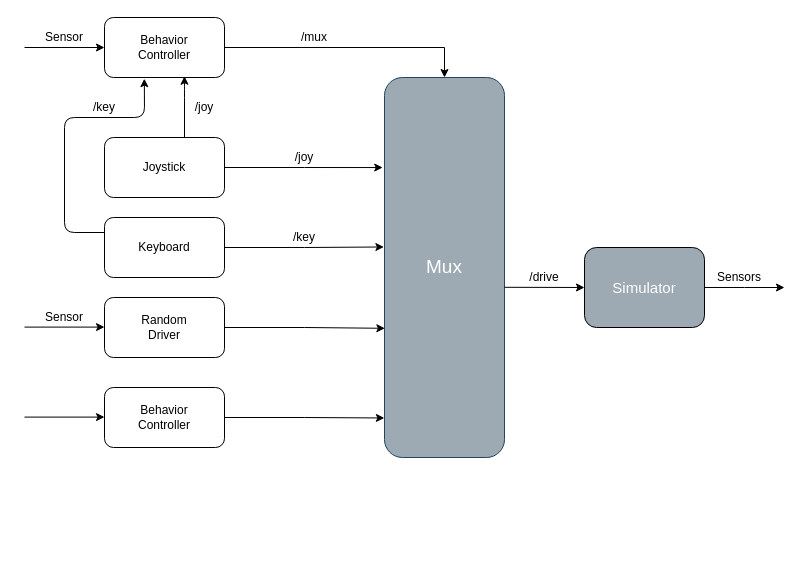
Above: SimplifiedgraphofROSnodes.drawio in Dieptranivsr/f1tenth_labsdtt (draw.io), before the change. Source tidied: cells renumbered, new cells numbered last; positions are measured from the earlier drawing's top-left corner, leaving out a move shared by most shapes. Both pictures are drawn from the tidied source at 100%, with x=0, y=0 at pixel (24, 17).
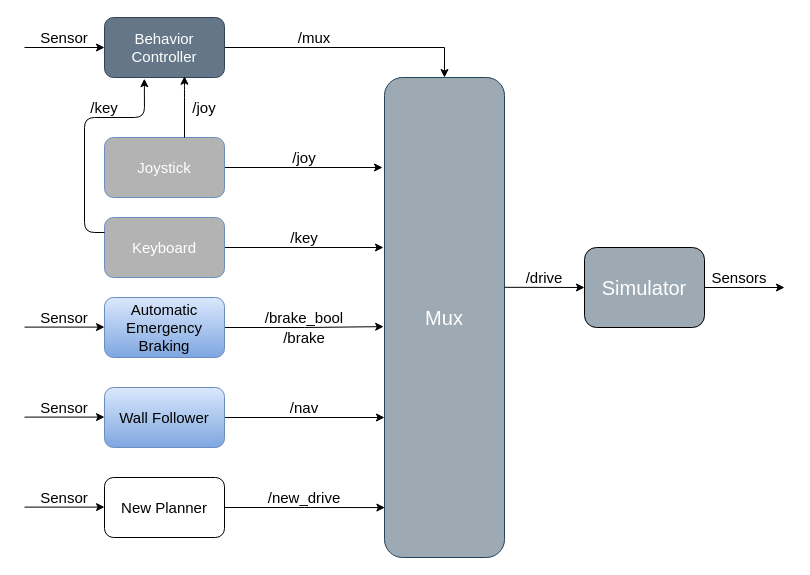
After the change.

Diff of the diagram source:
```diff
@@
-    <mxCell id="2" style="edgeStyle=orthogonalEdgeStyle;rounded=0;jettySize=auto;html=1;entryX=0.5;entryY=0;entryDx=0;entryDy=0;" parent="1" edge="1" source="3" target="19">
+    <mxCell id="2" style="edgeStyle=orthogonalEdgeStyle;rounded=0;jettySize=auto;html=1;entryX=0.5;entryY=0;entryDx=0;entryDy=0;fontSize=15;" parent="1" edge="1" source="3" target="19">
       <mxGeometry relative="1" as="geometry" />
     </mxCell>
-    <mxCell id="3" value="Behavior&lt;br&gt;Controller" style="rounded=1;whiteSpace=wrap;html=1;" parent="1" vertex="1">
+    <mxCell id="3" value="Behavior&lt;br style=&quot;font-size: 15px;&quot;&gt;Controller" style="rounded=1;whiteSpace=wrap;html=1;fontSize=15;fillColor=#647687;strokeColor=#314354;fontColor=#ffffff;" parent="1" vertex="1">
       <mxGeometry x="80" width="120" height="60" as="geometry" />
     </mxCell>
-    <mxCell id="4" style="edgeStyle=orthogonalEdgeStyle;rounded=0;jettySize=auto;html=1;entryX=-0.001;entryY=0.896;entryDx=0;entryDy=0;entryPerimeter=0;" parent="1" edge="1" source="5" target="19">
-      <mxGeometry relative="1" as="geometry" />
+    <mxCell id="4" style="edgeStyle=orthogonalEdgeStyle;rounded=0;jettySize=auto;html=1;fontSize=15;" parent="1" edge="1" source="5">
+      <mxGeometry relative="1" as="geometry">
+        <mxPoint x="360" y="400" as="targetPoint" />
+        <Array as="points">
+          <mxPoint x="360" y="400" />
+        </Array>
+      </mxGeometry>
     </mxCell>
-    <mxCell id="5" value="Behavior&lt;br&gt;Controller" style="rounded=1;whiteSpace=wrap;html=1;" parent="1" vertex="1">
+    <mxCell id="5" value="Wall Follower" style="rounded=1;whiteSpace=wrap;html=1;fontSize=15;gradientColor=#7ea6e0;fillColor=#dae8fc;strokeColor=#6c8ebf;" parent="1" vertex="1">
       <mxGeometry x="80" y="370" width="120" height="60" as="geometry" />
     </mxCell>
-    <mxCell id="6" style="edgeStyle=orthogonalEdgeStyle;rounded=0;jettySize=auto;html=1;entryX=-0.015;entryY=0.237;entryDx=0;entryDy=0;entryPerimeter=0;" parent="1" edge="1" source="7" target="19">
-      <mxGeometry relative="1" as="geometry" />
+    <mxCell id="6" style="edgeStyle=orthogonalEdgeStyle;rounded=0;jettySize=auto;html=1;fontSize=15;" parent="1" edge="1" source="7">
+      <mxGeometry relative="1" as="geometry">
+        <mxPoint x="358" y="150" as="targetPoint" />
+        <Array as="points">
+          <mxPoint x="358" y="150" />
+        </Array>
+      </mxGeometry>
     </mxCell>
-    <mxCell id="7" value="Joystick" style="rounded=1;whiteSpace=wrap;html=1;" parent="1" vertex="1">
+    <mxCell id="7" value="Joystick" style="rounded=1;whiteSpace=wrap;html=1;fontSize=15;strokeColor=#6c8ebf;fillColor=#B3B3B3;fontColor=#FFFFFF;" parent="1" vertex="1">
       <mxGeometry x="80" y="120" width="120" height="60" as="geometry" />
     </mxCell>
-    <mxCell id="8" style="edgeStyle=orthogonalEdgeStyle;rounded=0;jettySize=auto;html=1;entryX=0.003;entryY=0.66;entryDx=0;entryDy=0;entryPerimeter=0;" parent="1" edge="1" source="9" target="19">
+    <mxCell id="8" style="edgeStyle=orthogonalEdgeStyle;rounded=0;jettySize=auto;html=1;entryX=-0.007;entryY=0.519;entryDx=0;entryDy=0;entryPerimeter=0;fontSize=15;" parent="1" edge="1" source="9" target="19">
       <mxGeometry relative="1" as="geometry" />
     </mxCell>
-    <mxCell id="9" value="Random&lt;br&gt;Driver" style="rounded=1;whiteSpace=wrap;html=1;" parent="1" vertex="1">
+    <mxCell id="9" value="Automatic Emergency&lt;br style=&quot;font-size: 15px;&quot;&gt;Braking" style="rounded=1;whiteSpace=wrap;html=1;fontSize=15;gradientColor=#7ea6e0;fillColor=#dae8fc;strokeColor=#6c8ebf;" parent="1" vertex="1">
       <mxGeometry x="80" y="280" width="120" height="60" as="geometry" />
     </mxCell>
-    <mxCell id="10" style="edgeStyle=orthogonalEdgeStyle;rounded=0;jettySize=auto;html=1;entryX=-0.005;entryY=0.446;entryDx=0;entryDy=0;entryPerimeter=0;" parent="1" edge="1" source="11" target="19">
-      <mxGeometry relative="1" as="geometry" />
+    <mxCell id="10" style="edgeStyle=orthogonalEdgeStyle;rounded=0;jettySize=auto;html=1;fontSize=15;" parent="1" edge="1" source="11">
+      <mxGeometry relative="1" as="geometry">
+        <mxPoint x="359" y="230" as="targetPoint" />
+        <Array as="points">
+          <mxPoint x="359" y="230" />
+        </Array>
+      </mxGeometry>
     </mxCell>
-    <mxCell id="11" value="Keyboard" style="rounded=1;whiteSpace=wrap;html=1;" parent="1" vertex="1">
+    <mxCell id="11" value="Keyboard" style="rounded=1;whiteSpace=wrap;html=1;fontSize=15;strokeColor=#6c8ebf;fillColor=#B3B3B3;fontColor=#FFFFFF;" parent="1" vertex="1">
       <mxGeometry x="80" y="200" width="120" height="60" as="geometry" />
     </mxCell>
-    <mxCell id="12" style="endArrow=classic;html=1;entryX=0.666;entryY=0.979;entryDx=0;entryDy=0;entryPerimeter=0;" parent="1" edge="1" target="3">
+    <mxCell id="12" style="endArrow=classic;html=1;entryX=0.666;entryY=0.979;entryDx=0;entryDy=0;entryPerimeter=0;fontSize=15;" parent="1" edge="1" target="3">
       <mxGeometry relative="1" as="geometry">
         <mxPoint x="160" y="120" as="sourcePoint" />
         <Array as="points">
           <mxPoint x="160" y="70" />
         </Array>
       </mxGeometry>
     </mxCell>
-    <mxCell id="13" style="endArrow=classic;html=1;entryX=0.332;entryY=1.02;entryDx=0;entryDy=0;entryPerimeter=0;exitX=0;exitY=0.25;exitDx=0;exitDy=0;" parent="1" edge="1" source="11" target="3">
+    <mxCell id="13" style="endArrow=classic;html=1;entryX=0.332;entryY=1.02;entryDx=0;entryDy=0;entryPerimeter=0;exitX=0;exitY=0.25;exitDx=0;exitDy=0;fontSize=15;" parent="1" edge="1" source="11" target="3">
       <mxGeometry relative="1" as="geometry">
         <Array as="points">
-          <mxPoint x="40" y="215" />
-          <mxPoint x="40" y="100" />
+          <mxPoint x="60" y="215" />
+          <mxPoint x="60" y="100" />
           <mxPoint x="120" y="100" />
         </Array>
       </mxGeometry>
     </mxCell>
-    <mxCell id="14" style="endArrow=classic;html=1;entryX=0;entryY=0.5;entryDx=0;entryDy=0;" parent="1" edge="1" target="3">
+    <mxCell id="14" style="endArrow=classic;html=1;entryX=0;entryY=0.5;entryDx=0;entryDy=0;fontSize=15;" parent="1" edge="1" target="3">
       <mxGeometry relative="1" as="geometry">
         <mxPoint y="30" as="sourcePoint" />
       </mxGeometry>
     </mxCell>
-    <mxCell id="15" style="endArrow=classic;html=1;entryX=0;entryY=0.5;entryDx=0;entryDy=0;" parent="1" edge="1">
+    <mxCell id="15" style="endArrow=classic;html=1;entryX=0;entryY=0.5;entryDx=0;entryDy=0;fontSize=15;" parent="1" edge="1">
       <mxGeometry relative="1" as="geometry">
         <mxPoint y="399.6" as="sourcePoint" />
         <mxPoint x="80" y="399.6" as="targetPoint" />
       </mxGeometry>
     </mxCell>
-    <mxCell id="16" style="endArrow=classic;html=1;entryX=0;entryY=0.5;entryDx=0;entryDy=0;" parent="1" edge="1">
+    <mxCell id="16" style="endArrow=classic;html=1;entryX=0;entryY=0.5;entryDx=0;entryDy=0;fontSize=15;" parent="1" edge="1">
       <mxGeometry relative="1" as="geometry">
         <mxPoint y="309.6" as="sourcePoint" />
         <mxPoint x="80" y="309.6" as="targetPoint" />
       </mxGeometry>
     </mxCell>
-    <mxCell id="17" value="Sensor" style="text;html=1;strokeColor=none;fillColor=none;align=center;verticalAlign=middle;whiteSpace=wrap;rounded=0;" parent="1" vertex="1">
+    <mxCell id="17" value="Sensor" style="text;html=1;strokeColor=none;fillColor=none;align=center;verticalAlign=middle;whiteSpace=wrap;rounded=0;fontSize=15;" parent="1" vertex="1">
       <mxGeometry x="20" y="10" width="40" height="20" as="geometry" />
     </mxCell>
-    <mxCell id="18" value="Sensor" style="text;html=1;strokeColor=none;fillColor=none;align=center;verticalAlign=middle;whiteSpace=wrap;rounded=0;" parent="1" vertex="1">
+    <mxCell id="18" value="Sensor" style="text;html=1;strokeColor=none;fillColor=none;align=center;verticalAlign=middle;whiteSpace=wrap;rounded=0;fontSize=15;" parent="1" vertex="1">
       <mxGeometry x="20" y="290" width="40" height="20" as="geometry" />
     </mxCell>
-    <mxCell id="19" value="&lt;font style=&quot;font-size: 19px&quot; color=&quot;#ffffff&quot;&gt;Mux&lt;/font&gt;" style="rounded=1;whiteSpace=wrap;html=1;strokeColor=#23445d;fillColor=#9DA9B3;" parent="1" vertex="1">
-      <mxGeometry x="360" y="60" width="120" height="380" as="geometry" />
+    <mxCell id="19" value="&lt;font style=&quot;font-size: 20px&quot; color=&quot;#ffffff&quot;&gt;Mux&lt;/font&gt;" style="rounded=1;whiteSpace=wrap;html=1;strokeColor=#23445d;fillColor=#9DA9B3;fontSize=15;" parent="1" vertex="1">
+      <mxGeometry x="360" y="60" width="120" height="480" as="geometry" />
     </mxCell>
-    <mxCell id="20" value="/mux" style="text;html=1;strokeColor=none;fillColor=none;align=center;verticalAlign=middle;whiteSpace=wrap;rounded=0;" parent="1" vertex="1">
+    <mxCell id="20" value="/mux" style="text;html=1;strokeColor=none;fillColor=none;align=center;verticalAlign=middle;whiteSpace=wrap;rounded=0;fontSize=15;" parent="1" vertex="1">
       <mxGeometry x="270" y="10" width="40" height="20" as="geometry" />
     </mxCell>
-    <mxCell id="21" value="/key" style="text;html=1;strokeColor=none;fillColor=none;align=center;verticalAlign=middle;whiteSpace=wrap;rounded=0;" parent="1" vertex="1">
+    <mxCell id="21" value="/key" style="text;html=1;strokeColor=none;fillColor=none;align=center;verticalAlign=middle;whiteSpace=wrap;rounded=0;fontSize=15;" parent="1" vertex="1">
       <mxGeometry x="260" y="210" width="40" height="20" as="geometry" />
     </mxCell>
-    <mxCell id="22" value="/joy" style="text;html=1;strokeColor=none;fillColor=none;align=center;verticalAlign=middle;whiteSpace=wrap;rounded=0;" parent="1" vertex="1">
+    <mxCell id="22" value="/joy" style="text;html=1;strokeColor=none;fillColor=none;align=center;verticalAlign=middle;whiteSpace=wrap;rounded=0;fontSize=15;" parent="1" vertex="1">
       <mxGeometry x="260" y="130" width="40" height="20" as="geometry" />
     </mxCell>
-    <mxCell id="23" value="/joy" style="text;html=1;strokeColor=none;fillColor=none;align=center;verticalAlign=middle;whiteSpace=wrap;rounded=0;" parent="1" vertex="1">
+    <mxCell id="23" value="/joy" style="text;html=1;strokeColor=none;fillColor=none;align=center;verticalAlign=middle;whiteSpace=wrap;rounded=0;fontSize=15;" parent="1" vertex="1">
       <mxGeometry x="160" y="80" width="40" height="20" as="geometry" />
     </mxCell>
-    <mxCell id="24" value="/key" style="text;html=1;strokeColor=none;fillColor=none;align=center;verticalAlign=middle;whiteSpace=wrap;rounded=0;" parent="1" vertex="1">
+    <mxCell id="24" value="/key" style="text;html=1;strokeColor=none;fillColor=none;align=center;verticalAlign=middle;whiteSpace=wrap;rounded=0;fontSize=15;" parent="1" vertex="1">
       <mxGeometry x="60" y="80" width="40" height="20" as="geometry" />
     </mxCell>
-    <mxCell id="25" style="edgeStyle=orthogonalEdgeStyle;rounded=0;jettySize=auto;html=1;" parent="1" edge="1" source="26">
+    <mxCell id="25" style="edgeStyle=orthogonalEdgeStyle;rounded=0;jettySize=auto;html=1;fontSize=15;" parent="1" edge="1" source="26">
       <mxGeometry relative="1" as="geometry">
         <mxPoint x="760" y="270" as="targetPoint" />
       </mxGeometry>
     </mxCell>
-    <mxCell id="26" value="&lt;font color=&quot;#ffffff&quot; style=&quot;font-size: 15px&quot;&gt;Simulator&lt;/font&gt;" style="rounded=1;whiteSpace=wrap;html=1;fillColor=#9DA9B3;" parent="1" vertex="1">
+    <mxCell id="26" value="&lt;font color=&quot;#ffffff&quot; style=&quot;font-size: 20px&quot;&gt;Simulator&lt;/font&gt;" style="rounded=1;whiteSpace=wrap;html=1;fillColor=#9DA9B3;fontSize=15;" parent="1" vertex="1">
       <mxGeometry x="560" y="230" width="120" height="80" as="geometry" />
     </mxCell>
-    <mxCell id="27" style="endArrow=classic;html=1;" parent="1" edge="1">
+    <mxCell id="27" style="endArrow=classic;html=1;fontSize=15;" parent="1" edge="1">
       <mxGeometry relative="1" as="geometry">
         <mxPoint x="480" y="269.8" as="sourcePoint" />
         <mxPoint x="560" y="270" as="targetPoint" />
       </mxGeometry>
     </mxCell>
-    <mxCell id="28" value="/drive" style="text;html=1;strokeColor=none;fillColor=none;align=center;verticalAlign=middle;whiteSpace=wrap;rounded=0;" parent="1" vertex="1">
+    <mxCell id="28" value="/drive" style="text;html=1;strokeColor=none;fillColor=none;align=center;verticalAlign=middle;whiteSpace=wrap;rounded=0;fontSize=15;" parent="1" vertex="1">
       <mxGeometry x="500" y="250" width="40" height="20" as="geometry" />
     </mxCell>
-    <mxCell id="29" value="Sensors" style="text;html=1;strokeColor=none;fillColor=none;align=center;verticalAlign=middle;whiteSpace=wrap;rounded=0;" parent="1" vertex="1">
+    <mxCell id="29" value="Sensors" style="text;html=1;strokeColor=none;fillColor=none;align=center;verticalAlign=middle;whiteSpace=wrap;rounded=0;fontSize=15;" parent="1" vertex="1">
       <mxGeometry x="680" y="250" width="70" height="20" as="geometry" />
     </mxCell>
+    <mxCell id="30" value="/brake_bool" style="text;html=1;strokeColor=none;fillColor=none;align=center;verticalAlign=middle;whiteSpace=wrap;rounded=0;fontSize=15;" parent="1" vertex="1">
+      <mxGeometry x="255" y="290" width="50" height="20" as="geometry" />
+    </mxCell>
+    <mxCell id="31" value="/brake" style="text;html=1;strokeColor=none;fillColor=none;align=center;verticalAlign=middle;whiteSpace=wrap;rounded=0;fontSize=15;" parent="1" vertex="1">
+      <mxGeometry x="255" y="310" width="50" height="20" as="geometry" />
+    </mxCell>
+    <mxCell id="32" value="Sensor" style="text;html=1;strokeColor=none;fillColor=none;align=center;verticalAlign=middle;whiteSpace=wrap;rounded=0;fontSize=15;" parent="1" vertex="1">
+      <mxGeometry x="20" y="380" width="40" height="20" as="geometry" />
+    </mxCell>
+    <mxCell id="33" value="/nav" style="text;html=1;strokeColor=none;fillColor=none;align=center;verticalAlign=middle;whiteSpace=wrap;rounded=0;fontSize=15;" parent="1" vertex="1">
+      <mxGeometry x="255" y="380" width="50" height="20" as="geometry" />
+    </mxCell>
+    <mxCell id="34" style="edgeStyle=orthogonalEdgeStyle;rounded=0;jettySize=auto;html=1;entryX=0.003;entryY=0.896;entryDx=0;entryDy=0;entryPerimeter=0;fontSize=15;" parent="1" edge="1" source="35" target="19">
+      <mxGeometry relative="1" as="geometry" />
+    </mxCell>
+    <mxCell id="35" value="New Planner" style="rounded=1;whiteSpace=wrap;html=1;fontSize=15;" parent="1" vertex="1">
+      <mxGeometry x="80" y="460" width="120" height="60" as="geometry" />
+    </mxCell>
+    <mxCell id="36" style="endArrow=classic;html=1;entryX=0;entryY=0.5;entryDx=0;entryDy=0;fontSize=15;" parent="1" edge="1">
+      <mxGeometry relative="1" as="geometry">
+        <mxPoint y="489.6" as="sourcePoint" />
+        <mxPoint x="80" y="489.6" as="targetPoint" />
+      </mxGeometry>
+    </mxCell>
+    <mxCell id="37" value="Sensor" style="text;html=1;strokeColor=none;fillColor=none;align=center;verticalAlign=middle;whiteSpace=wrap;rounded=0;fontSize=15;" parent="1" vertex="1">
+      <mxGeometry x="20" y="470" width="40" height="20" as="geometry" />
+    </mxCell>
+    <mxCell id="38" value="/new_drive" style="text;html=1;strokeColor=none;fillColor=none;align=center;verticalAlign=middle;whiteSpace=wrap;rounded=0;fontSize=15;" parent="1" vertex="1">
+      <mxGeometry x="230" y="470" width="100" height="20" as="geometry" />
+    </mxCell>
```
